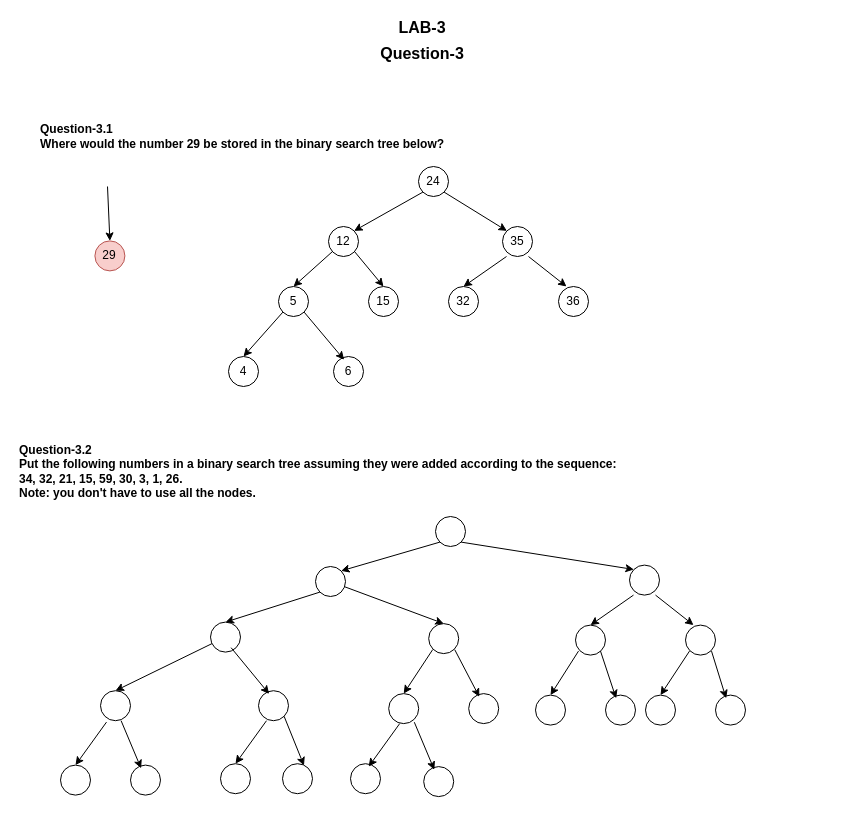
Before: LAB-3.drawio in ProgPatterns/Lab3_midtermReview, a draw.io diagram. Source tidied: cells renumbered, new cells numbered last; positions are measured from the earlier drawing's top-left corner, leaving out a move shared by most shapes. Both pictures are drawn from the tidied source at 100%, with x=0, y=0 at pixel (17, 26).
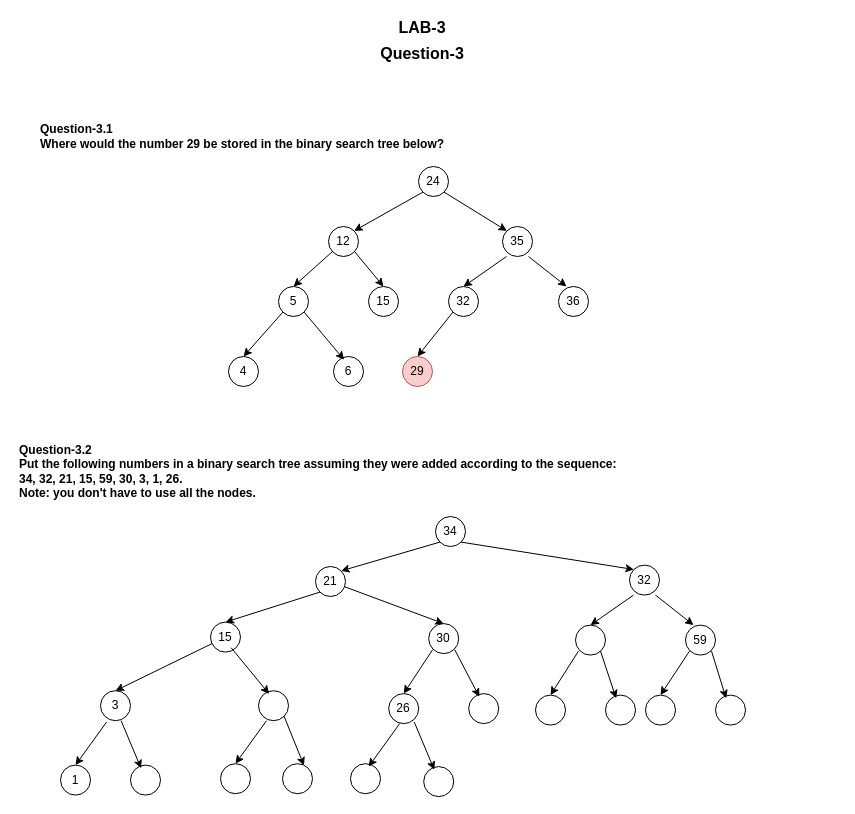
After the change.

The change refers to these unchanged cells:
```xml
<mxCell id="6" value="32" style="ellipse;whiteSpace=wrap;html=1;" parent="1" vertex="1">
  <mxGeometry x="431" y="260" width="30" height="30" as="geometry" />
</mxCell>
```

The edit, as a diff of the source:
```diff
@@
     <mxCell id="4" value="29" style="ellipse;whiteSpace=wrap;html=1;fillColor=#f8cecc;strokeColor=#b85450;" parent="1" vertex="1">
-      <mxGeometry x="77.4" y="214.4" width="30" height="30" as="geometry" />
+      <mxGeometry x="385" y="330" width="30" height="30" as="geometry" />
     </mxCell>
@@
-    <mxCell id="22" style="ellipse;whiteSpace=wrap;html=1;" parent="1" vertex="1">
+    <mxCell id="22" value="34" style="ellipse;whiteSpace=wrap;html=1;" parent="1" vertex="1">
       <mxGeometry x="418" y="490" width="30" height="30" as="geometry" />
     </mxCell>
@@
-    <mxCell id="25" style="ellipse;whiteSpace=wrap;html=1;" parent="1" vertex="1">
+    <mxCell id="25" value="3" style="ellipse;whiteSpace=wrap;html=1;" parent="1" vertex="1">
       <mxGeometry x="83" y="664.2" width="30" height="30" as="geometry" />
     </mxCell>
-    <mxCell id="26" style="ellipse;whiteSpace=wrap;html=1;" parent="1" vertex="1">
+    <mxCell id="26" value="15" style="ellipse;whiteSpace=wrap;html=1;" parent="1" vertex="1">
       <mxGeometry x="193" y="595.6" width="30" height="30" as="geometry" />
     </mxCell>
-    <mxCell id="27" style="ellipse;whiteSpace=wrap;html=1;" parent="1" vertex="1">
+    <mxCell id="27" value="30" style="ellipse;whiteSpace=wrap;html=1;" parent="1" vertex="1">
       <mxGeometry x="411.2" y="597.1" width="30" height="30" as="geometry" />
     </mxCell>
-    <mxCell id="28" style="ellipse;whiteSpace=wrap;html=1;" parent="1" vertex="1">
+    <mxCell id="28" value="59" style="ellipse;whiteSpace=wrap;html=1;" parent="1" vertex="1">
       <mxGeometry x="668" y="598.6" width="30" height="30" as="geometry" />
     </mxCell>
-    <mxCell id="29" style="ellipse;whiteSpace=wrap;html=1;" parent="1" vertex="1">
+    <mxCell id="29" value="32" style="ellipse;whiteSpace=wrap;html=1;" parent="1" vertex="1">
       <mxGeometry x="612" y="538.6" width="30" height="30" as="geometry" />
     </mxCell>
-    <mxCell id="30" style="ellipse;whiteSpace=wrap;html=1;" parent="1" vertex="1">
+    <mxCell id="30" value="21" style="ellipse;whiteSpace=wrap;html=1;" parent="1" vertex="1">
       <mxGeometry x="298" y="540" width="30" height="30" as="geometry" />
     </mxCell>
@@
-    <mxCell id="40" style="ellipse;whiteSpace=wrap;html=1;" parent="1" vertex="1">
+    <mxCell id="40" value="26" style="ellipse;whiteSpace=wrap;html=1;" parent="1" vertex="1">
       <mxGeometry x="371.2" y="667.1" width="30" height="30" as="geometry" />
     </mxCell>
@@
-    <mxCell id="52" style="ellipse;whiteSpace=wrap;html=1;" parent="1" vertex="1">
+    <mxCell id="52" value="1" style="ellipse;whiteSpace=wrap;html=1;" parent="1" vertex="1">
       <mxGeometry x="43" y="738.6" width="30" height="30" as="geometry" />
     </mxCell>
@@
-    <mxCell id="63" style="endArrow=classic;html=1;rounded=0;entryX=0.5;entryY=0;entryDx=0;entryDy=0;" parent="1" edge="1" target="4">
-      <mxGeometry relative="1" as="geometry">
-        <mxPoint x="90" y="160" as="sourcePoint" />
-      </mxGeometry>
+    <mxCell id="63" style="endArrow=classic;html=1;rounded=0;entryX=0.5;entryY=0;entryDx=0;entryDy=0;exitX=0;exitY=1;exitDx=0;exitDy=0;" parent="1" edge="1" source="6" target="4">
+      <mxGeometry relative="1" as="geometry" />
     </mxCell>
```
